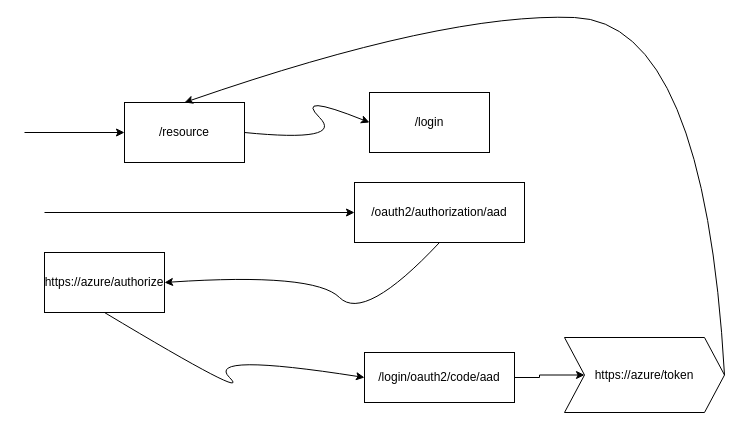
mingisme/cube keeps this draw.io diagram as springsecurity5-oauth2.drawio. Above is the earlier version. Source tidied: cells renumbered, new cells numbered last; positions are measured from the earlier drawing's top-left corner, leaving out a move shared by most shapes. Both pictures are drawn from the tidied source at 100%, with x=0, y=0 at pixel (24, 12).
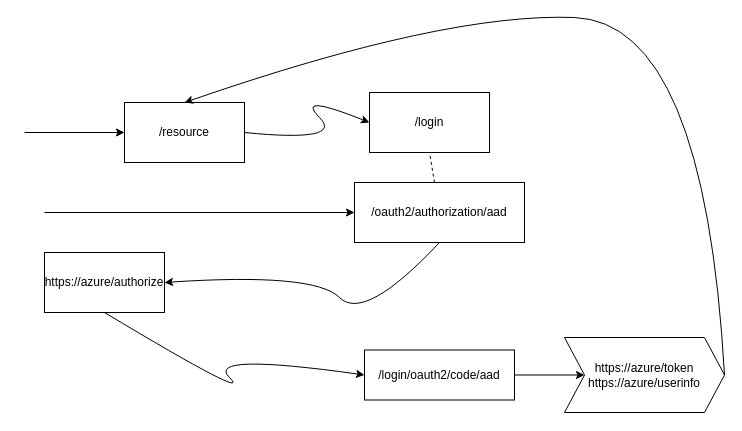
The same page after the edit.

Unchanged cells that the change refers to:
```xml
<mxCell id="4" value="/login" style="rounded=0;whiteSpace=wrap;html=1;" parent="1" vertex="1">
  <mxGeometry x="345" y="80" width="120" height="60" as="geometry" />
</mxCell>
<mxCell id="6" value="/oauth2/authorization/aad" style="rounded=0;whiteSpace=wrap;html=1;" parent="1" vertex="1">
  <mxGeometry x="330" y="170" width="170" height="60" as="geometry" />
</mxCell>
```

The edit, as a diff of the source:
```diff
@@
     <mxCell id="11" value="/login/oauth2/code/aad" style="rounded=0;whiteSpace=wrap;html=1;" parent="1" vertex="1">
-      <mxGeometry x="340" y="340" width="150" height="50" as="geometry" />
+      <mxGeometry x="340" y="337.5" width="150" height="50" as="geometry" />
     </mxCell>
@@
-    <mxCell id="13" value="https://azure/token" style="shape=step;perimeter=stepPerimeter;whiteSpace=wrap;html=1;fixedSize=1;" parent="1" vertex="1">
+    <mxCell id="13" value="https://azure/token&lt;br&gt;https://azure/userinfo" style="shape=step;perimeter=stepPerimeter;whiteSpace=wrap;html=1;fixedSize=1;" parent="1" vertex="1">
       <mxGeometry x="540" y="325" width="160" height="75" as="geometry" />
     </mxCell>
@@
+    <mxCell id="15" style="endArrow=none;dashed=1;html=1;entryX=0.5;entryY=1;entryDx=0;entryDy=0;" parent="1" edge="1" source="6" target="4">
+      <mxGeometry relative="1" as="geometry" />
+    </mxCell>
```
